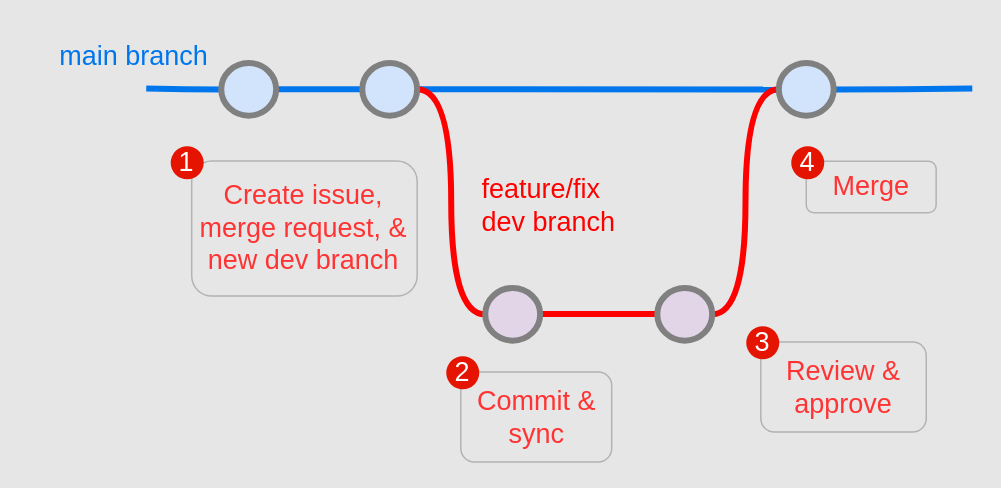
The draw.io diagram docs/assets/git-workflow-simple-dark.drawio in bcit-ltc/infrastructure-documentation, before the edit. Source tidied: cells renumbered, new cells numbered last; positions are measured from the earlier drawing's top-left corner, leaving out a move shared by most shapes. Both pictures are drawn from the tidied source at 150%, with x=0, y=0 at pixel (26, 26).
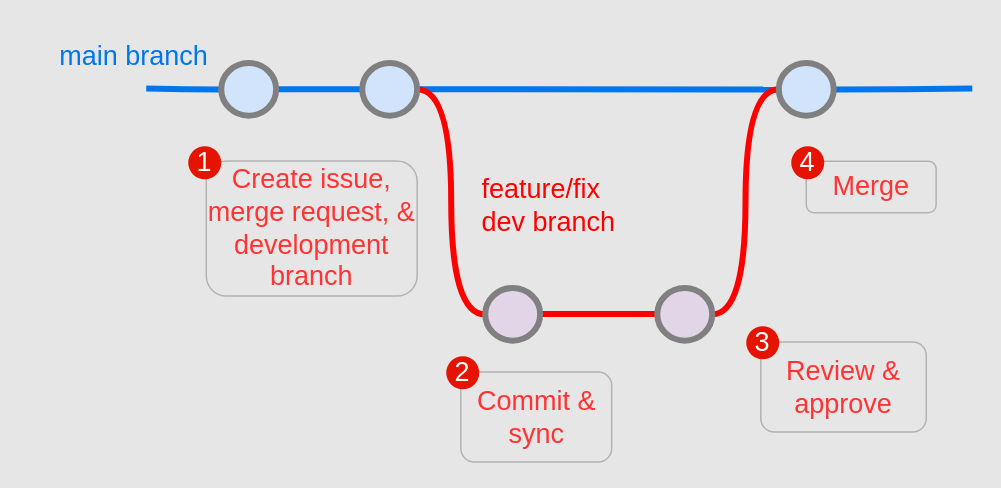
The same page after the edit.

The edit, as a diff of the source:
```diff
@@
-    <mxCell id="4" value="&lt;span style=&quot;color: rgb(255 , 51 , 51)&quot;&gt;Create issue, merge request, &amp;amp; new dev branch&lt;/span&gt;" style="rounded=1;whiteSpace=wrap;html=1;labelBackgroundColor=none;fontSize=18;fontColor=#FF9933;strokeColor=#B3B3B3;fillColor=none;" parent="1" vertex="1">
-      <mxGeometry x="110.3" y="89.9" width="150.3" height="90" as="geometry" />
+    <mxCell id="4" value="&lt;span style=&quot;color: rgb(255 , 51 , 51)&quot;&gt;Create issue, merge request, &amp;amp; development branch&lt;/span&gt;" style="rounded=1;whiteSpace=wrap;html=1;labelBackgroundColor=none;fontSize=18;fontColor=#FF9933;strokeColor=#B3B3B3;fillColor=none;" parent="1" vertex="1">
+      <mxGeometry x="120" y="89.9" width="140.6" height="90" as="geometry" />
     </mxCell>
     <mxCell id="5" value="1" style="ellipse;whiteSpace=wrap;html=1;labelBackgroundColor=none;fontSize=18;strokeColor=none;fillColor=#e51400;fontColor=#ffffff;" parent="1" vertex="1">
-      <mxGeometry x="96.3" y="80" width="22" height="22" as="geometry" />
+      <mxGeometry x="108" y="80" width="22" height="22" as="geometry" />
     </mxCell>
```
